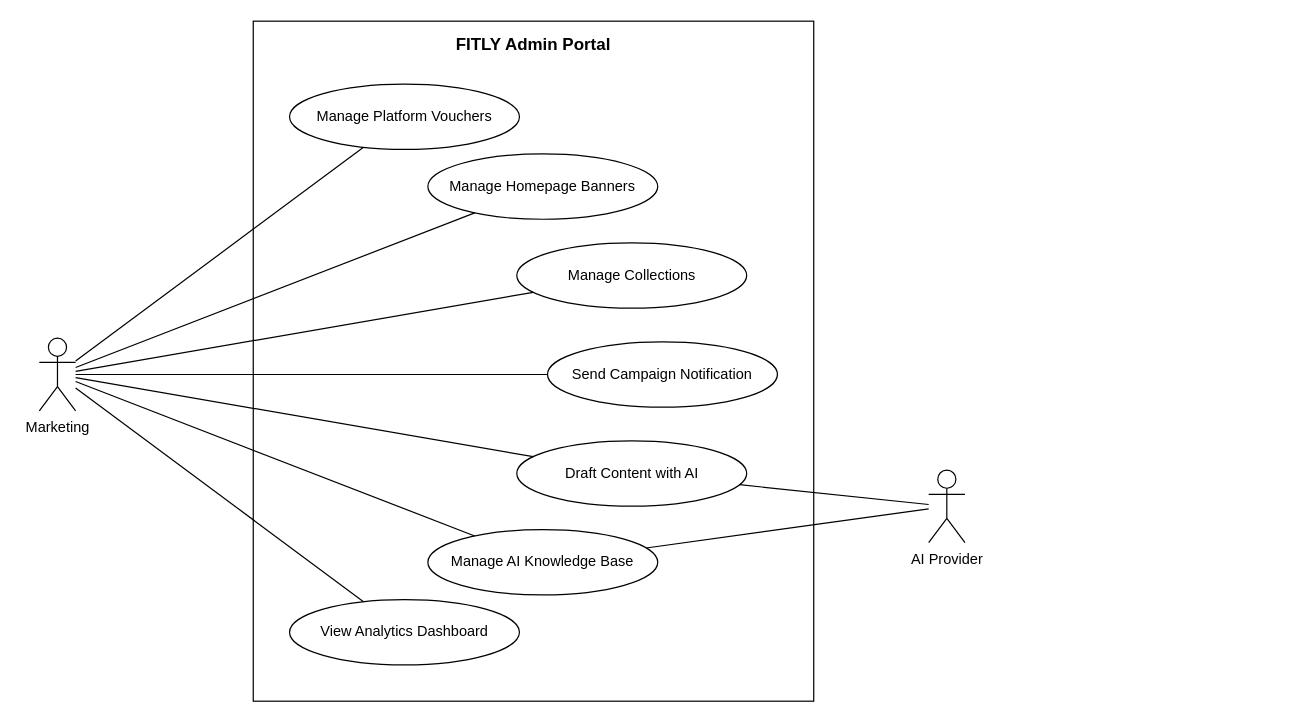
This is page "Accountant - Payments & Refunds" (11 of 24) of docs/design/usecase/FITLY-usecase.drawio from vietcachep/eco_fashion_be, a draw.io file, before an edit. Source tidied: cells renumbered, new cells numbered last; positions are measured from the earlier drawing's top-left corner, leaving out a move shared by most shapes. Both pictures are drawn from the tidied source at 121%, with x=0, y=0 at pixel (39, 21).
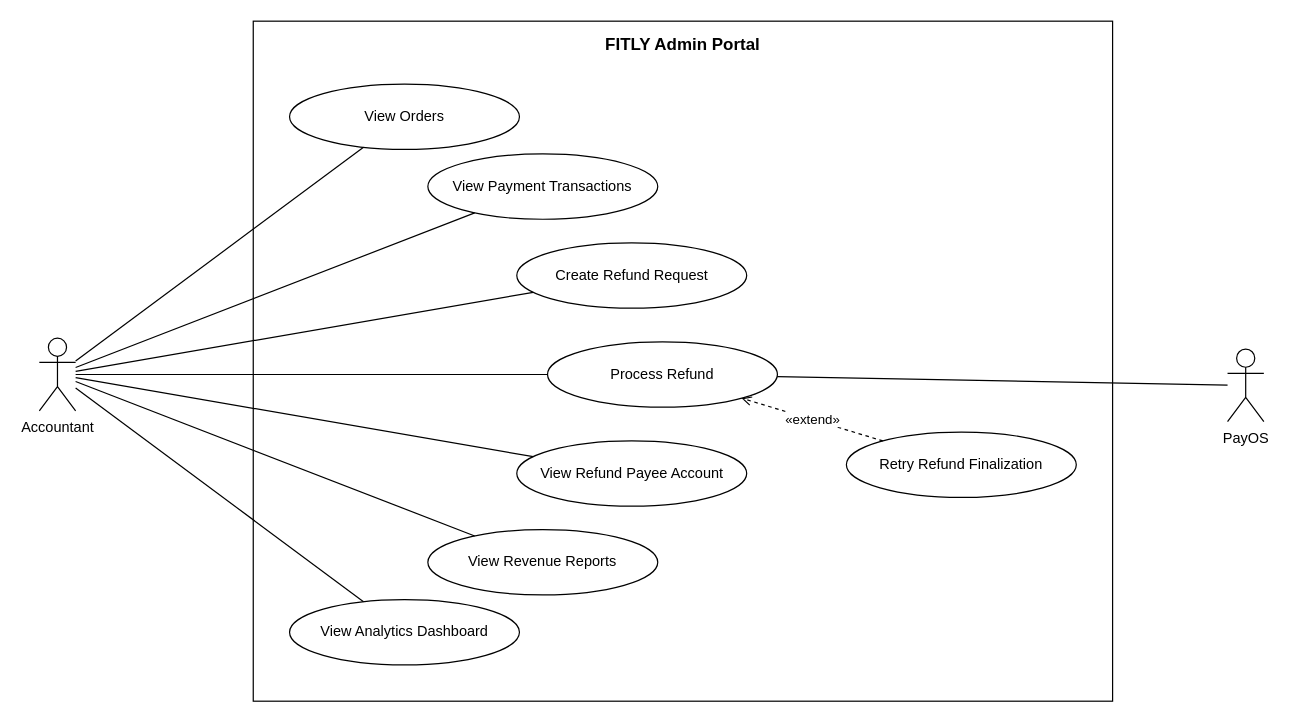
Above is the later version.

Unchanged cells that the change refers to:
```xml
<mxCell id="9" value="View Analytics Dashboard" style="ellipse;whiteSpace=wrap;html=1;fontSize=12;fillColor=#FFFFFF;" parent="1" vertex="1">
  <mxGeometry x="206.8" y="478" width="190" height="54" as="geometry" />
</mxCell>
```

Change to the diagram source:
```diff
@@
     <mxCell id="2" value="FITLY Admin Portal" style="rounded=0;whiteSpace=wrap;html=1;fillColor=none;verticalAlign=top;fontStyle=1;fontSize=14;spacingTop=4;" parent="1" vertex="1">
-      <mxGeometry x="176.8" width="463.2" height="562" as="geometry" />
+      <mxGeometry x="176.8" width="710.2" height="562" as="geometry" />
     </mxCell>
-    <mxCell id="3" value="Manage Platform Vouchers" style="ellipse;whiteSpace=wrap;html=1;fontSize=12;fillColor=#FFFFFF;" parent="1" vertex="1">
+    <mxCell id="3" value="View Orders" style="ellipse;whiteSpace=wrap;html=1;fontSize=12;fillColor=#FFFFFF;" parent="1" vertex="1">
       <mxGeometry x="206.8" y="52" width="190" height="54" as="geometry" />
     </mxCell>
-    <mxCell id="4" value="Manage Homepage Banners" style="ellipse;whiteSpace=wrap;html=1;fontSize=12;fillColor=#FFFFFF;" parent="1" vertex="1">
+    <mxCell id="4" value="View Payment Transactions" style="ellipse;whiteSpace=wrap;html=1;fontSize=12;fillColor=#FFFFFF;" parent="1" vertex="1">
       <mxGeometry x="321.1" y="109.7" width="190" height="54" as="geometry" />
     </mxCell>
-    <mxCell id="5" value="Manage Collections" style="ellipse;whiteSpace=wrap;html=1;fontSize=12;fillColor=#FFFFFF;" parent="1" vertex="1">
+    <mxCell id="5" value="Create Refund Request" style="ellipse;whiteSpace=wrap;html=1;fontSize=12;fillColor=#FFFFFF;" parent="1" vertex="1">
       <mxGeometry x="394.6" y="183.2" width="190" height="54" as="geometry" />
     </mxCell>
-    <mxCell id="6" value="Send Campaign Notification" style="ellipse;whiteSpace=wrap;html=1;fontSize=12;fillColor=#FFFFFF;" parent="1" vertex="1">
+    <mxCell id="6" value="Process Refund" style="ellipse;whiteSpace=wrap;html=1;fontSize=12;fillColor=#FFFFFF;" parent="1" vertex="1">
       <mxGeometry x="420" y="265" width="190" height="54" as="geometry" />
     </mxCell>
-    <mxCell id="7" value="Draft Content with AI" style="ellipse;whiteSpace=wrap;html=1;fontSize=12;fillColor=#FFFFFF;" parent="1" vertex="1">
+    <mxCell id="7" value="View Refund Payee Account" style="ellipse;whiteSpace=wrap;html=1;fontSize=12;fillColor=#FFFFFF;" parent="1" vertex="1">
       <mxGeometry x="394.6" y="346.8" width="190" height="54" as="geometry" />
     </mxCell>
-    <mxCell id="8" value="Manage AI Knowledge Base" style="ellipse;whiteSpace=wrap;html=1;fontSize=12;fillColor=#FFFFFF;" parent="1" vertex="1">
+    <mxCell id="8" value="View Revenue Reports" style="ellipse;whiteSpace=wrap;html=1;fontSize=12;fillColor=#FFFFFF;" parent="1" vertex="1">
       <mxGeometry x="321.1" y="420.2" width="190" height="54" as="geometry" />
     </mxCell>
@@
-    <mxCell id="10" value="Marketing" style="shape=umlActor;verticalLabelPosition=bottom;verticalAlign=top;html=1;outlineConnect=0;" parent="1" vertex="1">
-      <mxGeometry y="262" width="30" height="60" as="geometry" />
+    <mxCell id="10" value="Retry Refund Finalization" style="ellipse;whiteSpace=wrap;html=1;fontSize=12;fillColor=#FFFFFF;" parent="1" vertex="1">
+      <mxGeometry x="667" y="339.6" width="190" height="54" as="geometry" />
     </mxCell>
-    <mxCell id="11" value="AI Provider" style="shape=umlActor;verticalLabelPosition=bottom;verticalAlign=top;html=1;outlineConnect=0;" parent="1" vertex="1">
-      <mxGeometry x="735" y="371" width="30" height="60" as="geometry" />
+    <mxCell id="11" value="Accountant" style="shape=umlActor;verticalLabelPosition=bottom;verticalAlign=top;html=1;outlineConnect=0;" parent="1" vertex="1">
+      <mxGeometry y="262" width="30" height="60" as="geometry" />
     </mxCell>
-    <mxCell id="12" style="edgeStyle=none;html=1;rounded=0;endArrow=none;" parent="1" edge="1" source="10" target="3">
-      <mxGeometry relative="1" as="geometry" />
+    <mxCell id="12" value="PayOS" style="shape=umlActor;verticalLabelPosition=bottom;verticalAlign=top;html=1;outlineConnect=0;" parent="1" vertex="1">
+      <mxGeometry x="982" y="271" width="30" height="60" as="geometry" />
     </mxCell>
-    <mxCell id="13" style="edgeStyle=none;html=1;rounded=0;endArrow=none;" parent="1" edge="1" source="10" target="4">
+    <mxCell id="13" style="edgeStyle=none;html=1;rounded=0;endArrow=none;" parent="1" edge="1" source="11" target="3">
       <mxGeometry relative="1" as="geometry" />
     </mxCell>
-    <mxCell id="14" style="edgeStyle=none;html=1;rounded=0;endArrow=none;" parent="1" edge="1" source="10" target="5">
+    <mxCell id="14" style="edgeStyle=none;html=1;rounded=0;endArrow=none;" parent="1" edge="1" source="11" target="4">
       <mxGeometry relative="1" as="geometry" />
     </mxCell>
-    <mxCell id="15" style="edgeStyle=none;html=1;rounded=0;endArrow=none;" parent="1" edge="1" source="10" target="6">
+    <mxCell id="15" style="edgeStyle=none;html=1;rounded=0;endArrow=none;" parent="1" edge="1" source="11" target="5">
       <mxGeometry relative="1" as="geometry" />
     </mxCell>
-    <mxCell id="16" style="edgeStyle=none;html=1;rounded=0;endArrow=none;" parent="1" edge="1" source="10" target="7">
+    <mxCell id="16" style="edgeStyle=none;html=1;rounded=0;endArrow=none;" parent="1" edge="1" source="11" target="6">
       <mxGeometry relative="1" as="geometry" />
     </mxCell>
-    <mxCell id="17" style="edgeStyle=none;html=1;rounded=0;endArrow=none;" parent="1" edge="1" source="10" target="8">
+    <mxCell id="17" style="edgeStyle=none;html=1;rounded=0;endArrow=none;" parent="1" edge="1" source="11" target="7">
       <mxGeometry relative="1" as="geometry" />
     </mxCell>
-    <mxCell id="18" style="edgeStyle=none;html=1;rounded=0;endArrow=none;" parent="1" edge="1" source="10" target="9">
+    <mxCell id="18" style="edgeStyle=none;html=1;rounded=0;endArrow=none;" parent="1" edge="1" source="11" target="8">
       <mxGeometry relative="1" as="geometry" />
     </mxCell>
-    <mxCell id="19" style="edgeStyle=none;html=1;rounded=0;endArrow=none;" parent="1" edge="1" source="11" target="7">
+    <mxCell id="19" style="edgeStyle=none;html=1;rounded=0;endArrow=none;" parent="1" edge="1" source="11" target="9">
       <mxGeometry relative="1" as="geometry" />
     </mxCell>
-    <mxCell id="20" style="edgeStyle=none;html=1;rounded=0;endArrow=none;" parent="1" edge="1" source="11" target="8">
+    <mxCell id="20" value="«extend»" style="edgeStyle=none;html=1;rounded=0;dashed=1;endArrow=open;endFill=0;fontSize=11;" parent="1" edge="1" source="10" target="6">
       <mxGeometry relative="1" as="geometry" />
     </mxCell>
+    <mxCell id="21" style="edgeStyle=none;html=1;rounded=0;endArrow=none;" parent="1" edge="1" source="12" target="6">
+      <mxGeometry relative="1" as="geometry" />
+    </mxCell>
```
